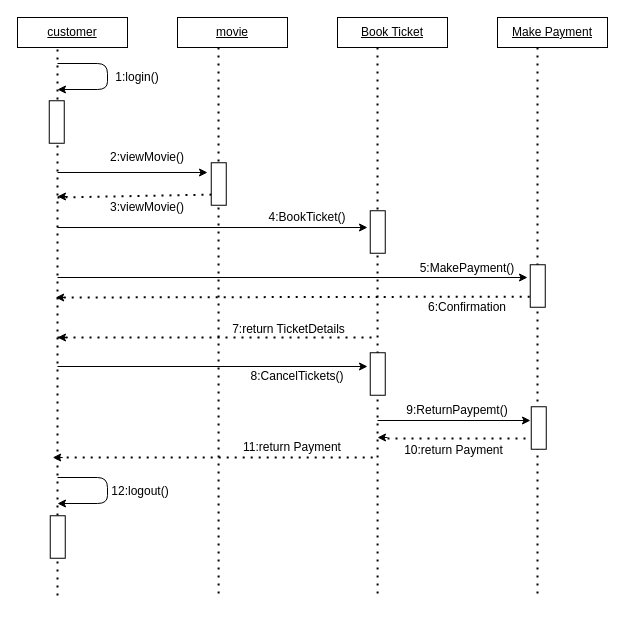
This is SD(user).drawio from omanshagrawal21/Movie-ticket, a draw.io file, before an edit. Source tidied: cells renumbered, new cells numbered last; positions are measured from the earlier drawing's top-left corner, leaving out a move shared by most shapes. Both pictures are drawn from the tidied source at 100%, with x=0, y=0 at pixel (17, 17).
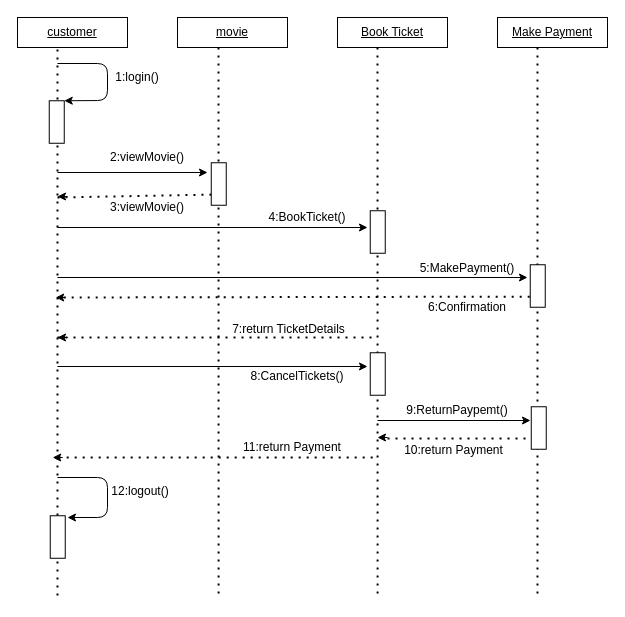
After the change.

Unchanged cells that the change refers to:
```xml
<mxCell id="10" style="rounded=0;whiteSpace=wrap;html=1;rotation=90;" parent="1" vertex="1">
  <mxGeometry x="18" y="97" width="42.5" height="15" as="geometry" />
</mxCell>
```

Change to the diagram source:
```diff
@@
-    <mxCell id="11" style="endArrow=classic;html=1;" parent="1" edge="1">
+    <mxCell id="11" style="endArrow=classic;html=1;entryX=0;entryY=0;entryDx=0;entryDy=0;" parent="1" edge="1" target="10">
       <mxGeometry relative="1" as="geometry">
         <mxPoint x="40" y="46" as="sourcePoint" />
-        <mxPoint x="40" y="72" as="targetPoint" />
         <Array as="points">
           <mxPoint x="90" y="46" />
-          <mxPoint x="90" y="72" />
+          <mxPoint x="90" y="83" />
         </Array>
       </mxGeometry>
     </mxCell>
@@
     <mxCell id="33" style="endArrow=classic;html=1;" parent="1" edge="1">
       <mxGeometry relative="1" as="geometry">
         <mxPoint x="40" y="460" as="sourcePoint" />
-        <mxPoint x="40" y="486" as="targetPoint" />
+        <mxPoint x="50" y="500" as="targetPoint" />
         <Array as="points">
           <mxPoint x="90" y="460" />
-          <mxPoint x="90" y="486" />
+          <mxPoint x="90" y="500" />
         </Array>
       </mxGeometry>
     </mxCell>
```
